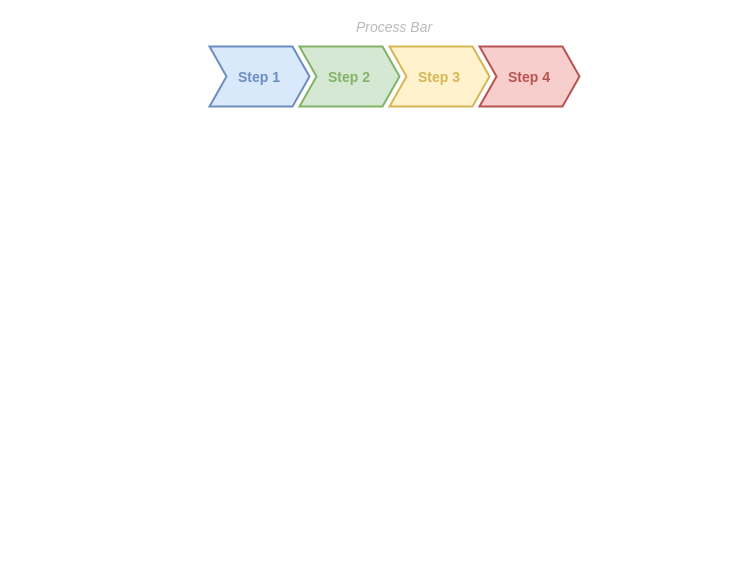
Earlier version of the draw.io diagram 제목 없는 다이어그램2.drawio (maeivs/toypage). Source tidied: cells renumbered, new cells numbered last; positions are measured from the earlier drawing's top-left corner, leaving out a move shared by most shapes. Both pictures are drawn from the tidied source at 100%, with x=0, y=0 at pixel (199, 16).
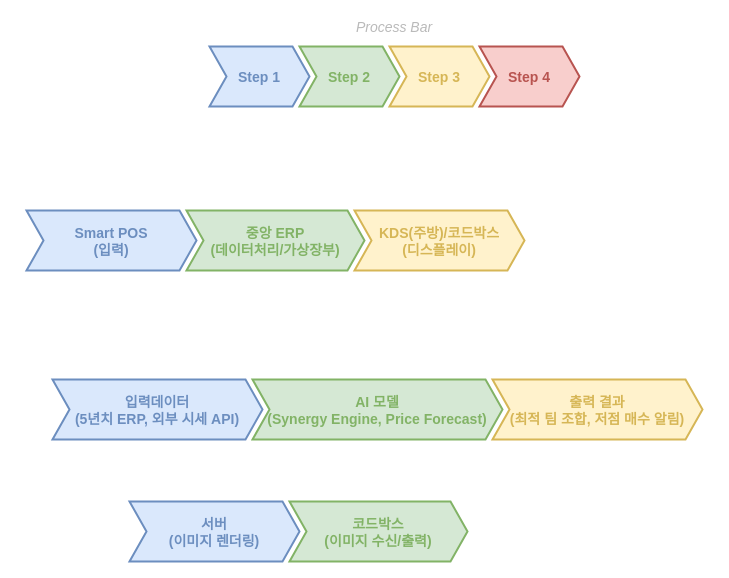
The same diagram, later.

Commit message:
제목 없는 다이어그램2.drawio 업데이트

Change to the diagram source:
```diff
@@
 <mxGraphModel>
   <root>
     <mxCell id="0" />
     <mxCell id="1" parent="0" />
     <mxCell id="2" value="Process Bar" style="swimlane;fontStyle=2;horizontal=1;startSize=20;fillColor=none;swimlaneFillColor=none;strokeColor=none;fontFamily=Helvetica;fontSize=14;fontColor=#BABABA;verticalAlign=middle;stackBorder=10;" parent="1" vertex="1">
       <mxGeometry width="390" height="100" as="geometry" />
     </mxCell>
     <mxCell id="3" value="Step 1" style="shape=step;perimeter=stepPerimeter;strokeColor=#6C8EBF;fontFamily=Helvetica;fontSize=14;fontColor=#6C8EBF;fillColor=#dae8fc;fixedSize=1;size=17;fontStyle=1;strokeWidth=2;spacingTop=0;" parent="2" vertex="1">
       <mxGeometry x="10" y="30" width="100" height="60" as="geometry" />
     </mxCell>
     <mxCell id="4" value="Step 2" style="shape=step;perimeter=stepPerimeter;strokeColor=#82B366;fontFamily=Helvetica;fontSize=14;fontColor=#82B366;fillColor=#d5e8d4;fixedSize=1;size=17;fontStyle=1;strokeWidth=2;spacingTop=0;" parent="2" vertex="1">
       <mxGeometry x="100" y="30" width="100" height="60" as="geometry" />
     </mxCell>
     <mxCell id="5" value="Step 3" style="shape=step;perimeter=stepPerimeter;strokeColor=#D6B656;fontFamily=Helvetica;fontSize=14;fontColor=#D6B656;fillColor=#fff2cc;fixedSize=1;size=17;fontStyle=1;strokeWidth=2;spacingTop=0;" parent="2" vertex="1">
       <mxGeometry x="190" y="30" width="100" height="60" as="geometry" />
     </mxCell>
     <mxCell id="6" value="Step 4" style="shape=step;perimeter=stepPerimeter;strokeColor=#B85450;fontFamily=Helvetica;fontSize=14;fontColor=#B85450;fillColor=#f8cecc;fixedSize=1;size=17;fontStyle=1;strokeWidth=2;spacingTop=0;" parent="2" vertex="1">
       <mxGeometry x="280" y="30" width="100" height="60" as="geometry" />
     </mxCell>
+    <mxCell id="7" style="swimlane;fontStyle=2;horizontal=1;startSize=20;fillColor=none;swimlaneFillColor=none;strokeColor=none;fontFamily=Helvetica;fontSize=14;fontColor=#BABABA;verticalAlign=middle;stackBorder=10;" parent="1" vertex="1">
+      <mxGeometry x="-183" y="164" width="518" height="100" as="geometry" />
+    </mxCell>
+    <mxCell id="8" value="Smart POS&#10;(입력)" style="shape=step;perimeter=stepPerimeter;strokeColor=#6C8EBF;fontFamily=Helvetica;fontSize=14;fontColor=#6C8EBF;fillColor=#dae8fc;fixedSize=1;size=17;fontStyle=1;strokeWidth=2;spacingTop=0;" parent="7" vertex="1">
+      <mxGeometry x="10" y="30" width="170" height="60" as="geometry" />
+    </mxCell>
+    <mxCell id="9" value="중앙 ERP&#10;(데이터처리/가상장부)" style="shape=step;perimeter=stepPerimeter;strokeColor=#82B366;fontFamily=Helvetica;fontSize=14;fontColor=#82B366;fillColor=#d5e8d4;fixedSize=1;size=17;fontStyle=1;strokeWidth=2;spacingTop=0;" parent="7" vertex="1">
+      <mxGeometry x="170" y="30" width="178" height="60" as="geometry" />
+    </mxCell>
+    <mxCell id="10" value="KDS(주방)/코드박스&#10;(디스플레이)" style="shape=step;perimeter=stepPerimeter;strokeColor=#D6B656;fontFamily=Helvetica;fontSize=14;fontColor=#D6B656;fillColor=#fff2cc;fixedSize=1;size=17;fontStyle=1;strokeWidth=2;spacingTop=0;" parent="7" vertex="1">
+      <mxGeometry x="338" y="30" width="170" height="60" as="geometry" />
+    </mxCell>
+    <mxCell id="11" style="swimlane;fontStyle=2;horizontal=1;startSize=20;fillColor=none;swimlaneFillColor=none;strokeColor=none;fontFamily=Helvetica;fontSize=14;fontColor=#BABABA;verticalAlign=middle;stackBorder=10;" parent="1" vertex="1">
+      <mxGeometry x="-157" y="333" width="670" height="100" as="geometry" />
+    </mxCell>
+    <mxCell id="12" value="입력데이터&#10;(5년치 ERP, 외부 시세 API)" style="shape=step;perimeter=stepPerimeter;strokeColor=#6C8EBF;fontFamily=Helvetica;fontSize=14;fontColor=#6C8EBF;fillColor=#dae8fc;fixedSize=1;size=17;fontStyle=1;strokeWidth=2;spacingTop=0;" parent="11" vertex="1">
+      <mxGeometry x="10" y="30" width="210" height="60" as="geometry" />
+    </mxCell>
+    <mxCell id="13" value="AI 모델&#10;(Synergy Engine, Price Forecast)" style="shape=step;perimeter=stepPerimeter;strokeColor=#82B366;fontFamily=Helvetica;fontSize=14;fontColor=#82B366;fillColor=#d5e8d4;fixedSize=1;size=17;fontStyle=1;strokeWidth=2;spacingTop=0;" parent="11" vertex="1">
+      <mxGeometry x="210" y="30" width="250" height="60" as="geometry" />
+    </mxCell>
+    <mxCell id="14" value="출력 결과&#10;(최적 팀 조합, 저점 매수 알림)" style="shape=step;perimeter=stepPerimeter;strokeColor=#D6B656;fontFamily=Helvetica;fontSize=14;fontColor=#D6B656;fillColor=#fff2cc;fixedSize=1;size=17;fontStyle=1;strokeWidth=2;spacingTop=0;" parent="11" vertex="1">
+      <mxGeometry x="450" y="30" width="210" height="60" as="geometry" />
+    </mxCell>
+    <mxCell id="15" style="swimlane;fontStyle=2;horizontal=1;startSize=20;fillColor=none;swimlaneFillColor=none;strokeColor=none;fontFamily=Helvetica;fontSize=14;fontColor=#BABABA;verticalAlign=middle;stackBorder=10;" parent="1" vertex="1">
+      <mxGeometry x="-80" y="455" width="358" height="100" as="geometry" />
+    </mxCell>
+    <mxCell id="16" value="서버&#10;(이미지 렌더링)" style="shape=step;perimeter=stepPerimeter;strokeColor=#6C8EBF;fontFamily=Helvetica;fontSize=14;fontColor=#6C8EBF;fillColor=#dae8fc;fixedSize=1;size=17;fontStyle=1;strokeWidth=2;spacingTop=0;" parent="15" vertex="1">
+      <mxGeometry x="10" y="30" width="170" height="60" as="geometry" />
+    </mxCell>
+    <mxCell id="17" value="코드박스&#10;(이미지 수신/출력)" style="shape=step;perimeter=stepPerimeter;strokeColor=#82B366;fontFamily=Helvetica;fontSize=14;fontColor=#82B366;fillColor=#d5e8d4;fixedSize=1;size=17;fontStyle=1;strokeWidth=2;spacingTop=0;" parent="15" vertex="1">
+      <mxGeometry x="170" y="30" width="178" height="60" as="geometry" />
+    </mxCell>
   </root>
 </mxGraphModel>
```
